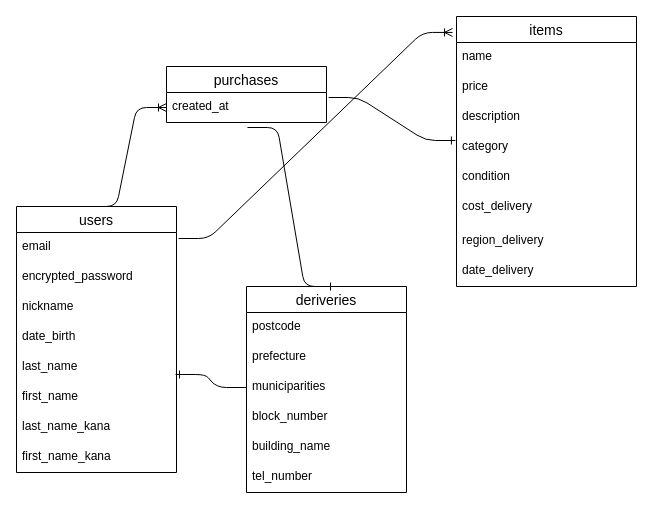
Earlier version of the draw.io diagram frima.dio (anrlll/furima). Source tidied: cells renumbered, new cells numbered last; positions are measured from the earlier drawing's top-left corner, leaving out a move shared by most shapes. Both pictures are drawn from the tidied source at 100%, with x=0, y=0 at pixel (16, 16).
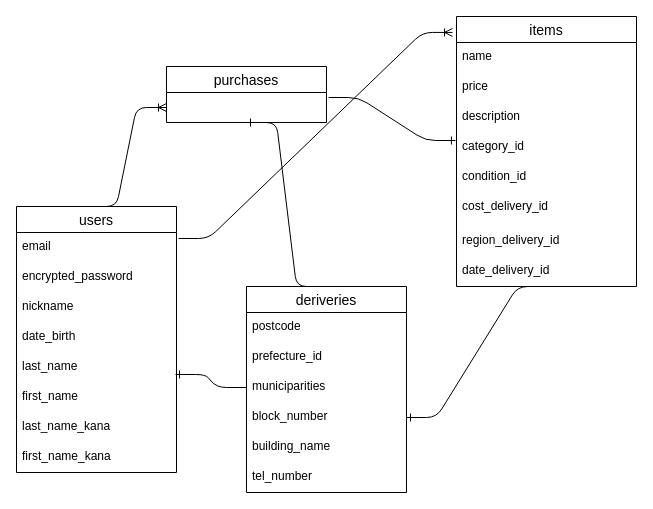
The same page after the edit.

Unchanged cells that the change refers to:
```xml
<mxCell id="11" value="items" style="swimlane;fontStyle=0;horizontal=1;startSize=26;align=center;fontSize=14;" parent="1" vertex="1">
  <mxGeometry x="440" width="180" height="270" as="geometry" />
</mxCell>
<mxCell id="20" value="purchases" style="swimlane;fontStyle=0;horizontal=1;startSize=26;align=center;fontSize=14;" parent="1" vertex="1">
  <mxGeometry x="150" y="50" width="160" height="56" as="geometry" />
</mxCell>
<mxCell id="22" value="deriveries" style="swimlane;fontStyle=0;horizontal=1;startSize=26;align=center;fontSize=14;" parent="1" vertex="1">
  <mxGeometry x="230" y="270" width="160" height="206" as="geometry" />
</mxCell>
<mxCell id="26" value="block_number" style="text;strokeColor=none;fillColor=none;spacingLeft=4;spacingRight=4;overflow=hidden;points=[[0,0.5],[1,0.5]];portConstraint=eastwest;fontSize=12;" parent="22" vertex="1">
  <mxGeometry y="116" width="160" height="30" as="geometry" />
</mxCell>
```

Diff of the diagram source:
```diff
@@
-    <mxCell id="15" value="category" style="text;strokeColor=none;fillColor=none;spacingLeft=4;spacingRight=4;overflow=hidden;points=[[0,0.5],[1,0.5]];portConstraint=eastwest;fontSize=12;" parent="11" vertex="1">
+    <mxCell id="15" value="category_id" style="text;strokeColor=none;fillColor=none;spacingLeft=4;spacingRight=4;overflow=hidden;points=[[0,0.5],[1,0.5]];portConstraint=eastwest;fontSize=12;" parent="11" vertex="1">
       <mxGeometry y="116" width="180" height="30" as="geometry" />
     </mxCell>
-    <mxCell id="16" value="condition" style="text;strokeColor=none;fillColor=none;spacingLeft=4;spacingRight=4;overflow=hidden;fontSize=12;" parent="11" vertex="1">
+    <mxCell id="16" value="condition_id" style="text;strokeColor=none;fillColor=none;spacingLeft=4;spacingRight=4;overflow=hidden;fontSize=12;" parent="11" vertex="1">
       <mxGeometry y="146" width="180" height="30" as="geometry" />
     </mxCell>
-    <mxCell id="17" value="cost_delivery" style="text;strokeColor=none;fillColor=none;spacingLeft=4;spacingRight=4;overflow=hidden;fontSize=12;" parent="11" vertex="1">
+    <mxCell id="17" value="cost_delivery_id" style="text;strokeColor=none;fillColor=none;spacingLeft=4;spacingRight=4;overflow=hidden;fontSize=12;" parent="11" vertex="1">
       <mxGeometry y="176" width="180" height="34" as="geometry" />
     </mxCell>
-    <mxCell id="18" value="region_delivery" style="text;strokeColor=none;fillColor=none;spacingLeft=4;spacingRight=4;overflow=hidden;fontSize=12;" parent="11" vertex="1">
+    <mxCell id="18" value="region_delivery_id" style="text;strokeColor=none;fillColor=none;spacingLeft=4;spacingRight=4;overflow=hidden;fontSize=12;" parent="11" vertex="1">
       <mxGeometry y="210" width="180" height="30" as="geometry" />
     </mxCell>
-    <mxCell id="19" value="date_delivery" style="text;strokeColor=none;fillColor=none;spacingLeft=4;spacingRight=4;overflow=hidden;points=[[0,0.5],[1,0.5]];portConstraint=eastwest;fontSize=12;" parent="11" vertex="1">
+    <mxCell id="19" value="date_delivery_id" style="text;strokeColor=none;fillColor=none;spacingLeft=4;spacingRight=4;overflow=hidden;points=[[0,0.5],[1,0.5]];portConstraint=eastwest;fontSize=12;" parent="11" vertex="1">
       <mxGeometry y="240" width="180" height="30" as="geometry" />
     </mxCell>
@@
-    <mxCell id="21" value="created_at" style="text;strokeColor=none;fillColor=none;spacingLeft=4;spacingRight=4;overflow=hidden;points=[[0,0.5],[1,0.5]];portConstraint=eastwest;fontSize=12;" parent="20" vertex="1">
-      <mxGeometry y="26" width="160" height="30" as="geometry" />
-    </mxCell>
@@
-    <mxCell id="24" value="prefecture" style="text;strokeColor=none;fillColor=none;spacingLeft=4;spacingRight=4;overflow=hidden;fontSize=12;" parent="22" vertex="1">
+    <mxCell id="24" value="prefecture_id" style="text;strokeColor=none;fillColor=none;spacingLeft=4;spacingRight=4;overflow=hidden;fontSize=12;" parent="22" vertex="1">
       <mxGeometry y="56" width="160" height="30" as="geometry" />
     </mxCell>
@@
-    <mxCell id="29" style="edgeStyle=entityRelationEdgeStyle;fontSize=12;html=1;endArrow=ERoneToMany;entryX=0;entryY=0.5;entryDx=0;entryDy=0;" parent="1" edge="1" target="21">
+    <mxCell id="29" style="edgeStyle=entityRelationEdgeStyle;fontSize=12;html=1;endArrow=ERoneToMany;entryX=0;entryY=0.5;entryDx=0;entryDy=0;" parent="1" edge="1">
       <mxGeometry relative="1" as="geometry">
         <mxPoint x="70" y="190" as="sourcePoint" />
+        <mxPoint x="150" y="91" as="targetPoint" />
       </mxGeometry>
     </mxCell>
@@
-    <mxCell id="32" style="edgeStyle=entityRelationEdgeStyle;fontSize=12;html=1;endArrow=ERone;endFill=1;exitX=0.506;exitY=1.167;exitDx=0;exitDy=0;exitPerimeter=0;entryX=0.55;entryY=0;entryDx=0;entryDy=0;entryPerimeter=0;" parent="1" edge="1" source="21" target="22">
+    <mxCell id="32" style="edgeStyle=entityRelationEdgeStyle;fontSize=12;html=1;endArrow=ERone;endFill=1;entryX=0.5;entryY=1;entryDx=0;entryDy=0;exitX=0.5;exitY=0;exitDx=0;exitDy=0;" parent="1" edge="1" source="22" target="20">
       <mxGeometry relative="1" as="geometry" />
     </mxCell>
-    <mxCell id="33" style="edgeStyle=entityRelationEdgeStyle;fontSize=12;html=1;endArrow=ERone;endFill=1;entryX=-0.006;entryY=0.267;entryDx=0;entryDy=0;entryPerimeter=0;exitX=1.013;exitY=0.167;exitDx=0;exitDy=0;exitPerimeter=0;" parent="1" edge="1" source="21" target="15">
-      <mxGeometry relative="1" as="geometry" />
+    <mxCell id="33" style="edgeStyle=entityRelationEdgeStyle;fontSize=12;html=1;endArrow=ERone;endFill=1;entryX=-0.006;entryY=0.267;entryDx=0;entryDy=0;entryPerimeter=0;exitX=1.013;exitY=0.167;exitDx=0;exitDy=0;exitPerimeter=0;" parent="1" edge="1" target="15">
+      <mxGeometry relative="1" as="geometry">
+        <mxPoint x="312.1" y="81" as="sourcePoint" />
+      </mxGeometry>
     </mxCell>
+    <mxCell id="34" style="edgeStyle=entityRelationEdgeStyle;fontSize=12;html=1;endArrow=ERone;endFill=1;exitX=0.506;exitY=1;exitDx=0;exitDy=0;exitPerimeter=0;" parent="1" edge="1" source="19" target="26">
+      <mxGeometry relative="1" as="geometry" />
+    </mxCell>
```
